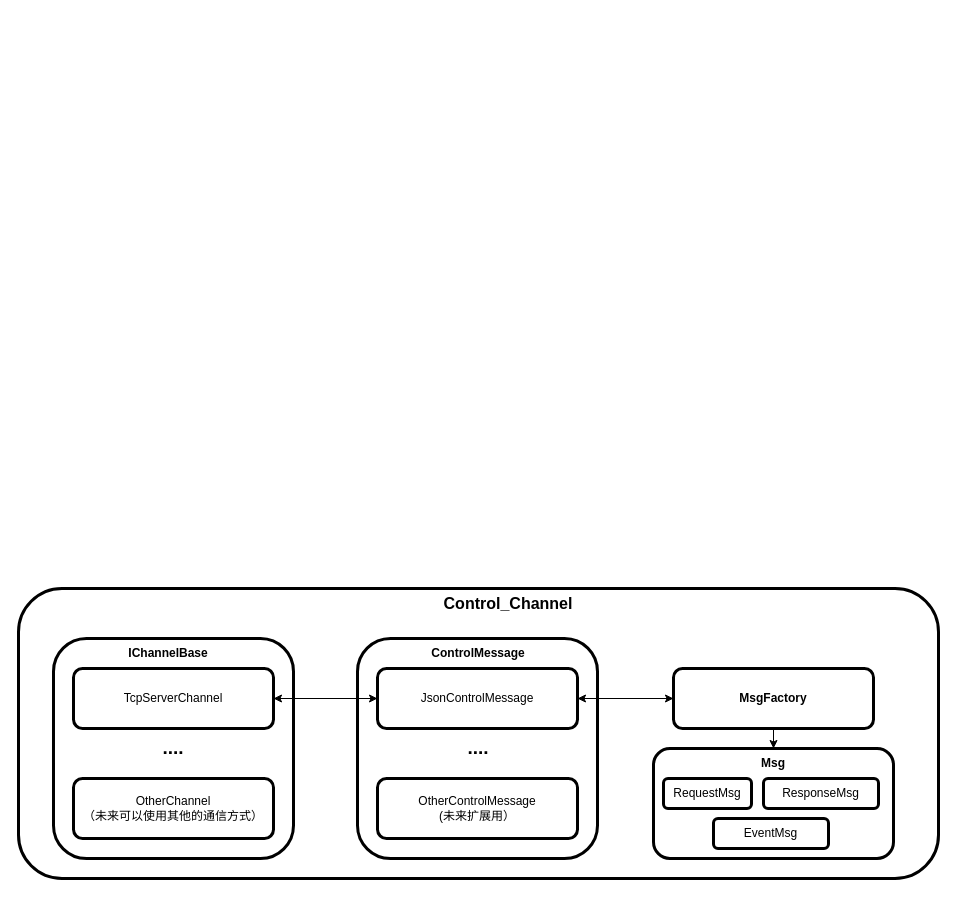
Earlier version of the draw.io diagram page "厂测工具项目架构图" (2 of 5) of 厂测工具方案.drawio (Jev0987/drawioFile). Source tidied: cells renumbered, new cells numbered last; positions are measured from the earlier drawing's top-left corner, leaving out a move shared by most shapes. Both pictures are drawn from the tidied source at 100%, with x=0, y=0 at pixel (18, 588).
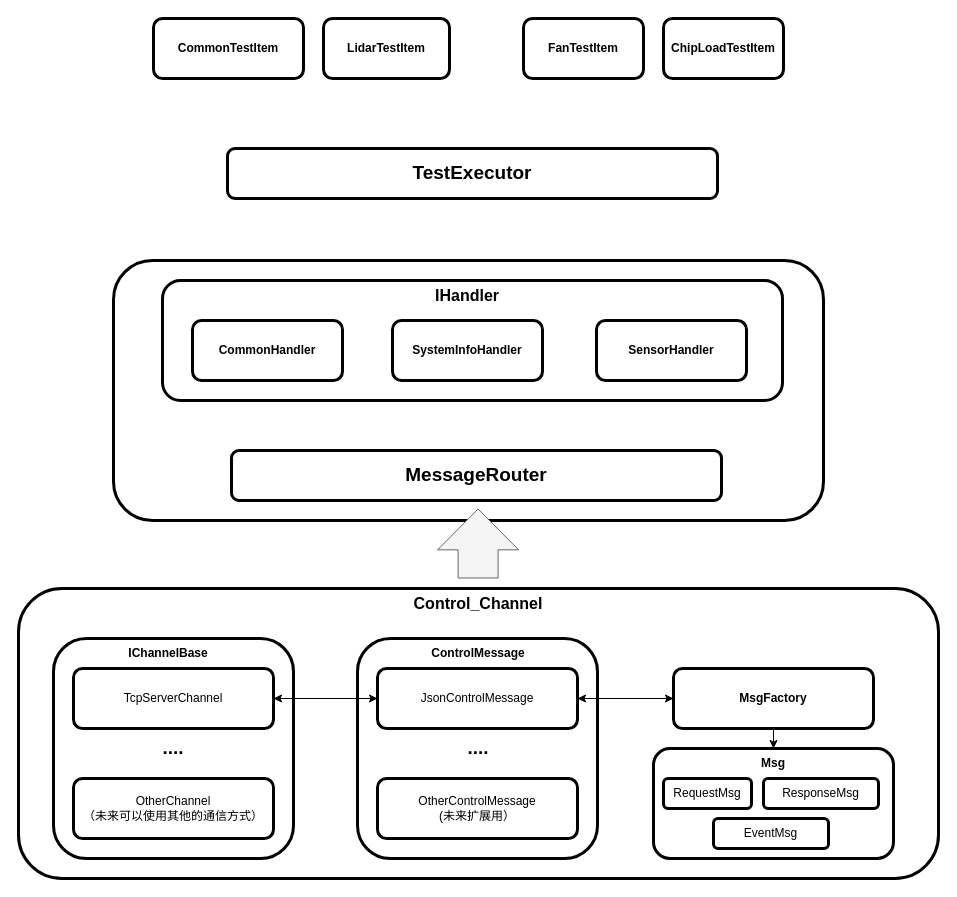
The same page after the edit.

Commit message:
更新厂测工具方案.drawio

What changed in the source:
```diff
@@
+    <mxCell id="25" style="rounded=1;whiteSpace=wrap;html=1;strokeWidth=3;" parent="1" vertex="1">
+      <mxGeometry x="95" y="-328" width="710" height="260" as="geometry" />
+    </mxCell>
+    <mxCell id="26" style="rounded=1;whiteSpace=wrap;html=1;strokeWidth=3;" parent="1" vertex="1">
+      <mxGeometry x="144" y="-308" width="620" height="120" as="geometry" />
+    </mxCell>
@@
     <mxCell id="24" value="&lt;b&gt;Control_Channel&lt;/b&gt;" style="text;html=1;whiteSpace=wrap;strokeColor=none;fillColor=none;align=center;verticalAlign=middle;rounded=0;strokeWidth=1;fontSize=16;" parent="1" vertex="1">
-      <mxGeometry x="405" width="170" height="30" as="geometry" />
+      <mxGeometry x="375" width="170" height="30" as="geometry" />
     </mxCell>
+    <mxCell id="27" value="&lt;b&gt;&lt;font style=&quot;font-size: 19px;&quot;&gt;MessageRouter&lt;/font&gt;&lt;/b&gt;" style="rounded=1;whiteSpace=wrap;html=1;strokeWidth=3;" parent="1" vertex="1">
+      <mxGeometry x="213" y="-138" width="490" height="50" as="geometry" />
+    </mxCell>
+    <mxCell id="28" value="&lt;b&gt;CommonHandler&lt;/b&gt;" style="rounded=1;whiteSpace=wrap;html=1;strokeWidth=3;" parent="1" vertex="1">
+      <mxGeometry x="174" y="-268" width="150" height="60" as="geometry" />
+    </mxCell>
+    <mxCell id="29" value="&lt;b&gt;SystemInfoHandler&lt;/b&gt;" style="rounded=1;whiteSpace=wrap;html=1;strokeWidth=3;" parent="1" vertex="1">
+      <mxGeometry x="374" y="-268" width="150" height="60" as="geometry" />
+    </mxCell>
+    <mxCell id="30" value="&lt;b&gt;SensorHandler&lt;/b&gt;" style="rounded=1;whiteSpace=wrap;html=1;strokeWidth=3;" parent="1" vertex="1">
+      <mxGeometry x="578" y="-268" width="150" height="60" as="geometry" />
+    </mxCell>
+    <mxCell id="31" value="&lt;b&gt;IHandler&lt;/b&gt;" style="text;html=1;whiteSpace=wrap;strokeColor=none;fillColor=none;align=center;verticalAlign=middle;rounded=0;strokeWidth=1;fontSize=16;" parent="1" vertex="1">
+      <mxGeometry x="364" y="-308" width="170" height="30" as="geometry" />
+    </mxCell>
+    <mxCell id="32" value="&lt;b&gt;&lt;font style=&quot;font-size: 19px;&quot;&gt;TestExecutor&lt;/font&gt;&lt;/b&gt;" style="rounded=1;whiteSpace=wrap;html=1;strokeWidth=3;" parent="1" vertex="1">
+      <mxGeometry x="209" y="-440" width="490" height="50" as="geometry" />
+    </mxCell>
+    <mxCell id="33" value="&lt;b&gt;CommonTestItem&lt;/b&gt;" style="rounded=1;whiteSpace=wrap;html=1;strokeWidth=3;" parent="1" vertex="1">
+      <mxGeometry x="135" y="-570" width="150" height="60" as="geometry" />
+    </mxCell>
+    <mxCell id="34" value="&lt;b&gt;LidarTestItem&lt;/b&gt;" style="rounded=1;whiteSpace=wrap;html=1;strokeWidth=3;" parent="1" vertex="1">
+      <mxGeometry x="305" y="-570" width="126" height="60" as="geometry" />
+    </mxCell>
+    <mxCell id="35" style="shape=flexArrow;endArrow=classic;html=1;rounded=0;endWidth=40;endSize=13.275;width=40;fillColor=#f5f5f5;strokeColor=#666666;" parent="1" edge="1">
+      <mxGeometry relative="1" as="geometry">
+        <mxPoint x="459.6" y="-10" as="sourcePoint" />
+        <mxPoint x="459.6" y="-80" as="targetPoint" />
+      </mxGeometry>
+    </mxCell>
+    <mxCell id="36" value="&lt;b&gt;FanTestItem&lt;/b&gt;" style="rounded=1;whiteSpace=wrap;html=1;strokeWidth=3;" parent="1" vertex="1">
+      <mxGeometry x="505" y="-570" width="120" height="60" as="geometry" />
+    </mxCell>
+    <mxCell id="37" value="&lt;b&gt;ChipLoad&lt;/b&gt;&lt;b style=&quot;background-color: transparent; color: light-dark(rgb(0, 0, 0), rgb(255, 255, 255));&quot;&gt;TestItem&lt;/b&gt;" style="rounded=1;whiteSpace=wrap;html=1;strokeWidth=3;" parent="1" vertex="1">
+      <mxGeometry x="645" y="-570" width="120" height="60" as="geometry" />
+    </mxCell>
```
